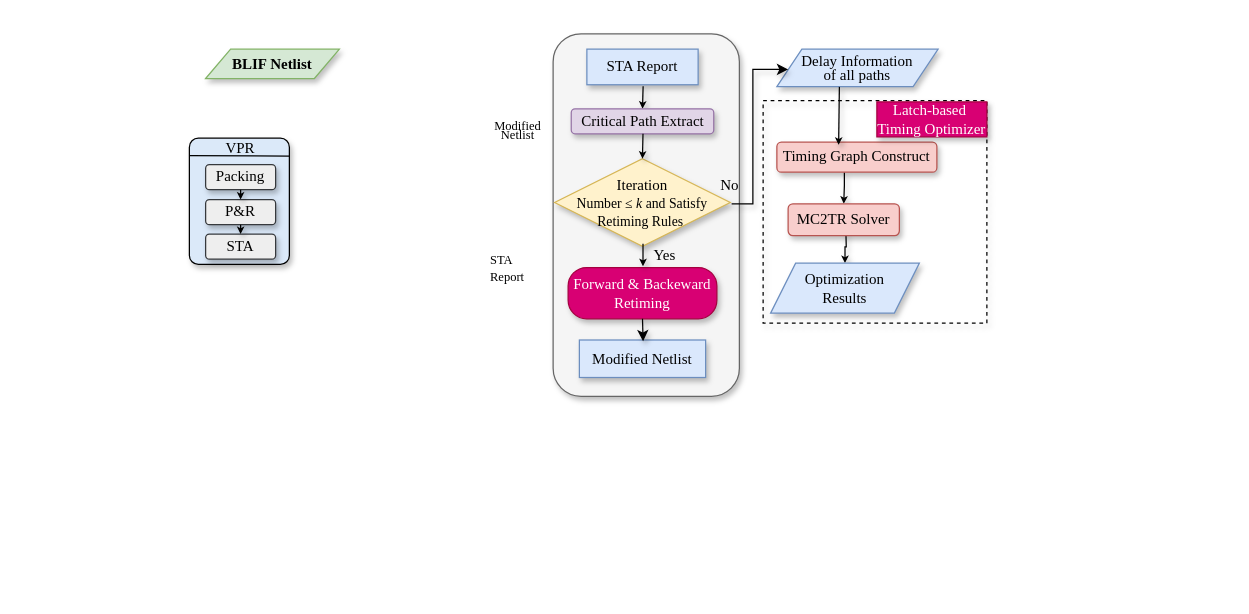
Before: TIRK.drawio in kxzhu0505/TIRL, a draw.io diagram. Source tidied: cells renumbered, new cells numbered last; positions are measured from the earlier drawing's top-left corner, leaving out a move shared by most shapes. Both pictures are drawn from the tidied source at 125%, with x=0, y=0 at pixel (189, 34).
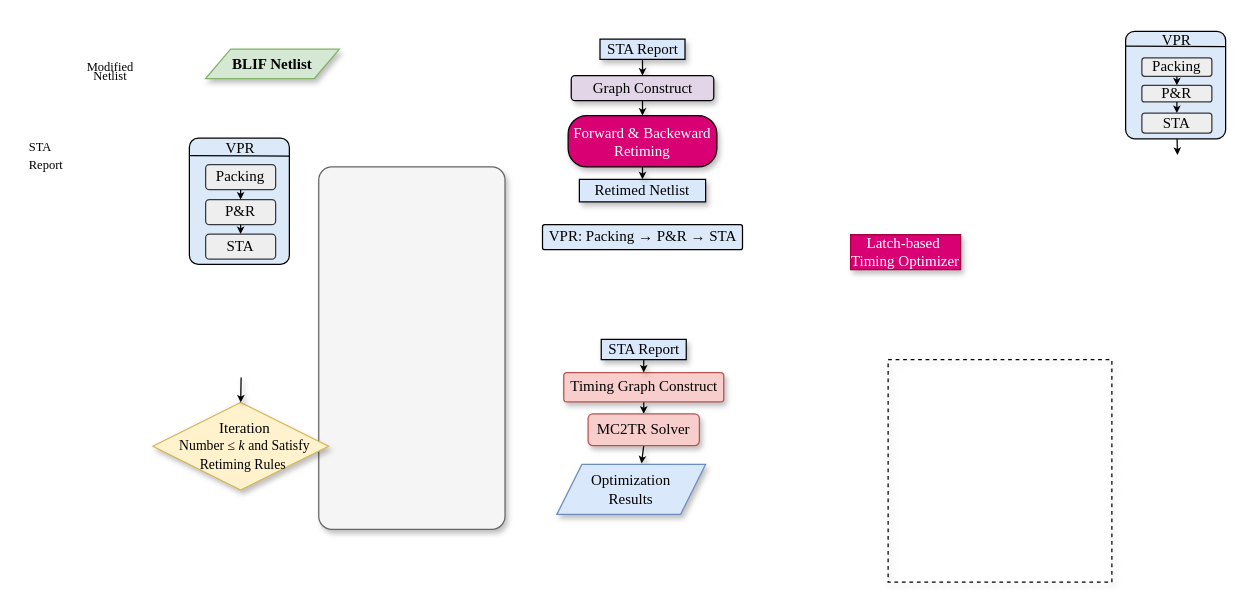
After the change.

Change to the diagram source:
```diff
@@
     <mxCell id="2" style="rounded=0;whiteSpace=wrap;html=1;fillColor=none;strokeWidth=1;fontFamily=Times New Roman;shadow=1;dashed=1;" parent="1" vertex="1">
-      <mxGeometry x="459" y="53" width="179" height="178" as="geometry" />
+      <mxGeometry x="559" y="260.2" width="179" height="178" as="geometry" />
     </mxCell>
-    <mxCell id="3" style="edgeStyle=orthogonalEdgeStyle;rounded=0;jettySize=auto;html=1;strokeWidth=1;fontFamily=Times New Roman;endSize=3;shadow=1;" parent="1" edge="1" target="9">
-      <mxGeometry relative="1" as="geometry">
-        <mxPoint x="525" y="149" as="sourcePoint" />
-      </mxGeometry>
+    <mxCell id="3" style="rounded=0;jettySize=auto;html=1;strokeWidth=1;fontFamily=Times New Roman;endSize=3;shadow=1;exitX=0.5;exitY=1;exitDx=0;exitDy=0;entryX=0.569;entryY=-0.019;entryDx=0;entryDy=0;entryPerimeter=0;" parent="1" edge="1" source="8" target="9">
+      <mxGeometry relative="1" as="geometry" />
     </mxCell>
@@
-    <mxCell id="5" value="&lt;p style=&quot;line-height: 90%;&quot;&gt;&lt;font&gt;Delay Information &lt;br&gt;of all paths&lt;/font&gt;&lt;/p&gt;" style="shape=parallelogram;perimeter=parallelogramPerimeter;whiteSpace=wrap;html=1;fixedSize=1;fillColor=#dae8fc;strokeColor=#6c8ebf;strokeWidth=1;fontFamily=Times New Roman;shadow=1;" parent="1" vertex="1">
-      <mxGeometry x="470" y="11.8" width="129" height="30" as="geometry" />
-    </mxCell>
-    <mxCell id="6" style="edgeStyle=orthogonalEdgeStyle;rounded=0;jettySize=auto;html=1;entryX=0.5;entryY=0;entryDx=0;entryDy=0;strokeWidth=1;fontFamily=Times New Roman;endSize=3;shadow=1;" parent="1" edge="1" source="7" target="8">
-      <mxGeometry relative="1" as="geometry">
-        <Array as="points">
-          <mxPoint x="524" y="121" />
-          <mxPoint x="524" y="121" />
-        </Array>
-      </mxGeometry>
+    <mxCell id="6" style="rounded=0;jettySize=auto;html=1;entryX=0.5;entryY=0;entryDx=0;entryDy=0;strokeWidth=1;fontFamily=Times New Roman;endSize=3;shadow=1;exitX=0.5;exitY=1;exitDx=0;exitDy=0;" parent="1" edge="1" source="7" target="8">
+      <mxGeometry relative="1" as="geometry" />
     </mxCell>
-    <mxCell id="7" value="&lt;span style=&quot;text-wrap-mode: nowrap;&quot;&gt;Timing Graph Construct&lt;/span&gt;" style="rounded=1;whiteSpace=wrap;html=1;fillColor=#f8cecc;strokeColor=#b85450;strokeWidth=1;fontFamily=Times New Roman;shadow=1;" parent="1" vertex="1">
-      <mxGeometry x="470" y="86.2" width="128" height="24" as="geometry" />
+    <mxCell id="7" value="&lt;span style=&quot;text-wrap-mode: nowrap;&quot;&gt;Timing Graph Construct&lt;/span&gt;" style="rounded=1;whiteSpace=wrap;html=1;fillColor=#f8cecc;strokeColor=#b85450;strokeWidth=1;fontFamily=Times New Roman;shadow=1;arcSize=11;" parent="1" vertex="1">
+      <mxGeometry x="299.5" y="270.5" width="128" height="23.5" as="geometry" />
     </mxCell>
     <mxCell id="8" value="&lt;font&gt;MC2TR Solver&lt;/font&gt;" style="rounded=1;whiteSpace=wrap;html=1;fillColor=#f8cecc;strokeColor=#b85450;strokeWidth=1;fontFamily=Times New Roman;shadow=1;" parent="1" vertex="1">
-      <mxGeometry x="479" y="135.5" width="89" height="25.5" as="geometry" />
+      <mxGeometry x="319" y="303.5" width="89" height="25.5" as="geometry" />
     </mxCell>
     <mxCell id="9" value="&lt;font&gt;Optimization &lt;br&gt;Results&lt;/font&gt;" style="shape=parallelogram;perimeter=parallelogramPerimeter;whiteSpace=wrap;html=1;fixedSize=1;fillColor=#dae8fc;strokeColor=#6c8ebf;strokeWidth=1;fontFamily=Times New Roman;shadow=1;" parent="1" vertex="1">
-      <mxGeometry x="465" y="183" width="119" height="40" as="geometry" />
+      <mxGeometry x="294" y="344" width="119" height="40" as="geometry" />
     </mxCell>
-    <mxCell id="10" style="rounded=1;whiteSpace=wrap;html=1;fillColor=#f5f5f5;strokeColor=#666666;strokeWidth=1;fontFamily=Times New Roman;fontColor=#333333;shadow=1;" parent="1" vertex="1">
-      <mxGeometry x="291" y="-0.5" width="149" height="290" as="geometry" />
+    <mxCell id="10" style="rounded=1;whiteSpace=wrap;html=1;fillColor=#f5f5f5;strokeColor=#666666;strokeWidth=1;fontFamily=Times New Roman;fontColor=#333333;shadow=1;arcSize=7;" parent="1" vertex="1">
+      <mxGeometry x="103.5" y="106" width="149" height="290" as="geometry" />
     </mxCell>
-    <mxCell id="11" value="&lt;hr&gt;" style="rounded=1;whiteSpace=wrap;html=1;strokeWidth=1;fontFamily=Times New Roman;shadow=1;fillColor=#DBE9F9;arcSize=9;" parent="1" vertex="1">
+    <mxCell id="11" value="&lt;hr&gt;" style="rounded=1;whiteSpace=wrap;html=1;strokeWidth=1;fontFamily=Times New Roman;shadow=0;fillColor=#DBE9F9;arcSize=9;" parent="1" vertex="1">
       <mxGeometry y="83" width="80" height="101" as="geometry" />
     </mxCell>
-    <mxCell id="12" value="&lt;font&gt;STA Report&lt;/font&gt;" style="rounded=0;whiteSpace=wrap;html=1;fillColor=#dae8fc;strokeColor=#6c8ebf;strokeWidth=1;fontFamily=Times New Roman;shadow=1;" parent="1" vertex="1">
-      <mxGeometry x="318" y="11.8" width="89" height="28.5" as="geometry" />
+    <mxCell id="12" value="&lt;font&gt;STA Report&lt;/font&gt;" style="rounded=0;whiteSpace=wrap;html=1;fillColor=#dae8fc;strokeColor=#000000;strokeWidth=1;fontFamily=Times New Roman;shadow=1;" parent="1" vertex="1">
+      <mxGeometry x="328.5" y="3.8" width="68" height="16.2" as="geometry" />
     </mxCell>
-    <mxCell id="13" style="rhombus;whiteSpace=wrap;html=1;fillColor=#fff2cc;strokeColor=#d6b656;strokeWidth=1;fontFamily=Times New Roman;shadow=1;" parent="1" vertex="1">
-      <mxGeometry x="292.2" y="99.5" width="140.5" height="70" as="geometry" />
-    </mxCell>
-    <mxCell id="14" style="endArrow=classic;html=1;rounded=0;exitX=0.5;exitY=1;exitDx=0;exitDy=0;strokeWidth=1;fontFamily=Times New Roman;endSize=3;entryX=0.5;entryY=0;entryDx=0;entryDy=0;shadow=1;" parent="1" edge="1" target="21">
-      <mxGeometry relative="1" as="geometry">
-        <mxPoint x="363" y="41.5" as="sourcePoint" />
-      </mxGeometry>
+    <mxCell id="14" style="endArrow=classic;html=1;rounded=0;exitX=0.5;exitY=1;exitDx=0;exitDy=0;strokeWidth=1;fontFamily=Times New Roman;endSize=3;shadow=1;entryX=0.5;entryY=0;entryDx=0;entryDy=0;" parent="1" edge="1" source="12" target="21">
+      <mxGeometry relative="1" as="geometry" />
     </mxCell>
-    <mxCell id="15" value="&lt;font&gt;Forward &amp;amp; Backeward Retiming&lt;/font&gt;" style="rounded=1;whiteSpace=wrap;html=1;fillColor=#d80073;strokeColor=#A50040;arcSize=36;strokeWidth=1;fontFamily=Times New Roman;fontColor=#ffffff;shadow=1;" parent="1" vertex="1">
-      <mxGeometry x="303" y="186.5" width="119" height="41" as="geometry" />
+    <mxCell id="15" value="&lt;font&gt;Forward &amp;amp; Backeward Retiming&lt;/font&gt;" style="rounded=1;whiteSpace=wrap;html=1;fillColor=#d80073;strokeColor=#000000;arcSize=36;strokeWidth=1;fontFamily=Times New Roman;fontColor=#ffffff;shadow=1;" parent="1" vertex="1">
+      <mxGeometry x="303" y="65" width="119" height="41" as="geometry" />
     </mxCell>
-    <mxCell id="16" value="&lt;font&gt;Modified Netlist&lt;/font&gt;" style="rounded=0;whiteSpace=wrap;html=1;fillColor=#dae8fc;strokeColor=#6c8ebf;strokeWidth=1;fontFamily=Times New Roman;shadow=1;" parent="1" vertex="1">
-      <mxGeometry x="312" y="244.5" width="101" height="30" as="geometry" />
+    <mxCell id="16" value="&lt;font&gt;Retimed Netlist&lt;/font&gt;" style="rounded=0;whiteSpace=wrap;html=1;fillColor=#dae8fc;strokeColor=light-dark(#000000, #5c79a3);strokeWidth=1;fontFamily=Times New Roman;shadow=1;" parent="1" vertex="1">
+      <mxGeometry x="312" y="116" width="101" height="18" as="geometry" />
     </mxCell>
-    <mxCell id="17" style="endArrow=classic;html=1;rounded=0;exitX=0.5;exitY=1;exitDx=0;exitDy=0;strokeWidth=1;fontFamily=Times New Roman;shadow=1;" parent="1" edge="1" source="15">
-      <mxGeometry relative="1" as="geometry">
-        <mxPoint x="363" y="245.5" as="targetPoint" />
-      </mxGeometry>
-    </mxCell>
-    <mxCell id="18" value="&lt;font&gt;Yes&lt;/font&gt;" style="text;html=1;align=center;verticalAlign=middle;strokeColor=none;fillColor=none;strokeWidth=1;fontFamily=Times New Roman;shadow=1;" parent="1" vertex="1">
-      <mxGeometry x="360" y="161.5" width="39" height="30" as="geometry" />
-    </mxCell>
-    <mxCell id="19" value="No" style="text;html=1;align=center;verticalAlign=middle;strokeColor=none;fillColor=none;strokeWidth=1;fontFamily=Times New Roman;shadow=1;" parent="1" vertex="1">
-      <mxGeometry x="412" y="105.5" width="39" height="30" as="geometry" />
-    </mxCell>
-    <mxCell id="20" value="&lt;font&gt;Iteration&lt;br style=&quot;border-color: var(--border-color); font-size: 11px;&quot;&gt;&lt;span style=&quot;font-size: 11px;&quot;&gt;Number ≤&amp;nbsp;&lt;/span&gt;&lt;i style=&quot;border-color: var(--border-color); font-size: 11px;&quot;&gt;k&amp;nbsp;&lt;/i&gt;&lt;span style=&quot;font-size: 11px;&quot;&gt;and Satisfy Retiming Rules&amp;nbsp;&lt;/span&gt;&lt;/font&gt;" style="text;html=1;strokeColor=none;fillColor=none;align=center;verticalAlign=middle;whiteSpace=wrap;rounded=0;fontFamily=Times New Roman;shadow=1;strokeWidth=1;" parent="1" vertex="1">
-      <mxGeometry x="303" y="109.5" width="119" height="50" as="geometry" />
-    </mxCell>
-    <mxCell id="21" value="Critical Path Extract" style="rounded=1;whiteSpace=wrap;html=1;fillColor=#e1d5e7;strokeColor=#9673a6;fillStyle=auto;strokeWidth=1;fontFamily=Times New Roman;shadow=1;" parent="1" vertex="1">
-      <mxGeometry x="305.5" y="59.5" width="114" height="20" as="geometry" />
+    <mxCell id="21" value="Graph Construct" style="rounded=1;whiteSpace=wrap;html=1;fillColor=#e1d5e7;strokeColor=#000000;fillStyle=auto;strokeWidth=1;fontFamily=Times New Roman;shadow=1;" parent="1" vertex="1">
+      <mxGeometry x="305.5" y="33" width="114" height="20" as="geometry" />
     </mxCell>
-    <mxCell id="22" style="endArrow=classic;html=1;rounded=0;exitX=0.5;exitY=1;exitDx=0;exitDy=0;strokeWidth=1;fontFamily=Times New Roman;endSize=3;entryX=0.5;entryY=0;entryDx=0;entryDy=0;shadow=1;" parent="1" edge="1" target="13">
-      <mxGeometry relative="1" as="geometry">
-        <mxPoint x="362.9" y="79.5" as="sourcePoint" />
-      </mxGeometry>
-    </mxCell>
-    <mxCell id="23" style="endArrow=classic;html=1;rounded=0;exitX=0.5;exitY=1;exitDx=0;exitDy=0;strokeWidth=1;fontFamily=Times New Roman;endSize=3;entryX=0.5;entryY=0;entryDx=0;entryDy=0;shadow=1;" parent="1" edge="1">
-      <mxGeometry relative="1" as="geometry">
-        <mxPoint x="362.9" y="167.5" as="sourcePoint" />
-        <mxPoint x="362.9" y="185.5" as="targetPoint" />
-      </mxGeometry>
+    <mxCell id="23" style="endArrow=classic;html=1;rounded=0;exitX=0.5;exitY=1;exitDx=0;exitDy=0;strokeWidth=1;fontFamily=Times New Roman;endSize=3;entryX=0.5;entryY=0;entryDx=0;entryDy=0;shadow=1;" parent="1" edge="1" source="21" target="15">
+      <mxGeometry relative="1" as="geometry" />
     </mxCell>
-    <mxCell id="24" value="&lt;span style=&quot;font-family: &amp;quot;Times New Roman&amp;quot;;&quot;&gt;VPR&lt;/span&gt;" style="text;html=1;align=center;verticalAlign=middle;whiteSpace=wrap;rounded=0;shadow=1;strokeWidth=1;" parent="1" vertex="1">
+    <mxCell id="24" value="&lt;span style=&quot;font-family: &amp;quot;Times New Roman&amp;quot;;&quot;&gt;VPR&lt;/span&gt;" style="text;html=1;align=center;verticalAlign=middle;whiteSpace=wrap;rounded=0;shadow=0;strokeWidth=1;" parent="1" vertex="1">
       <mxGeometry x="19" y="76" width="44" height="30" as="geometry" />
     </mxCell>
-    <mxCell id="25" value="Packing" style="rounded=1;whiteSpace=wrap;html=1;fillColor=#eeeeee;strokeWidth=1;fontFamily=Times New Roman;shadow=1;strokeColor=#36393d;" parent="1" vertex="1">
+    <mxCell id="25" value="Packing" style="rounded=1;whiteSpace=wrap;html=1;fillColor=#eeeeee;strokeWidth=1;fontFamily=Times New Roman;shadow=0;strokeColor=#36393d;" parent="1" vertex="1">
       <mxGeometry x="13" y="104.2" width="56" height="20" as="geometry" />
     </mxCell>
-    <mxCell id="26" value="P&amp;amp;R" style="rounded=1;whiteSpace=wrap;html=1;fillColor=#eeeeee;strokeWidth=1;fontFamily=Times New Roman;shadow=1;strokeColor=#36393d;" parent="1" vertex="1">
+    <mxCell id="26" value="P&amp;amp;R" style="rounded=1;whiteSpace=wrap;html=1;fillColor=#eeeeee;strokeWidth=1;fontFamily=Times New Roman;shadow=0;strokeColor=#36393d;" parent="1" vertex="1">
       <mxGeometry x="13" y="132.2" width="56" height="20" as="geometry" />
     </mxCell>
-    <mxCell id="27" value="STA" style="rounded=1;whiteSpace=wrap;html=1;fillColor=#eeeeee;strokeWidth=1;fontFamily=Times New Roman;shadow=1;strokeColor=#36393d;" parent="1" vertex="1">
+    <mxCell id="27" value="STA" style="rounded=1;whiteSpace=wrap;html=1;fillColor=#eeeeee;strokeWidth=1;fontFamily=Times New Roman;shadow=0;strokeColor=#36393d;" parent="1" vertex="1">
       <mxGeometry x="13" y="159.8" width="56" height="20" as="geometry" />
     </mxCell>
-    <mxCell id="28" style="endArrow=classic;html=1;rounded=0;strokeWidth=1;fontFamily=Times New Roman;endSize=3;entryX=0.5;entryY=0;entryDx=0;entryDy=0;shadow=1;exitX=0.5;exitY=1;exitDx=0;exitDy=0;" parent="1" edge="1" source="25" target="26">
+    <mxCell id="28" style="endArrow=classic;html=1;rounded=0;strokeWidth=1;fontFamily=Times New Roman;endSize=3;entryX=0.5;entryY=0;entryDx=0;entryDy=0;shadow=0;exitX=0.5;exitY=1;exitDx=0;exitDy=0;" parent="1" edge="1" source="25" target="26">
       <mxGeometry relative="1" as="geometry" />
     </mxCell>
-    <mxCell id="29" style="endArrow=classic;html=1;rounded=0;exitX=0.5;exitY=1;exitDx=0;exitDy=0;strokeWidth=1;fontFamily=Times New Roman;endSize=3;entryX=0.5;entryY=0;entryDx=0;entryDy=0;shadow=1;" parent="1" edge="1" source="26" target="27">
+    <mxCell id="29" style="endArrow=classic;html=1;rounded=0;exitX=0.5;exitY=1;exitDx=0;exitDy=0;strokeWidth=1;fontFamily=Times New Roman;endSize=3;entryX=0.5;entryY=0;entryDx=0;entryDy=0;shadow=0;" parent="1" edge="1" source="26" target="27">
       <mxGeometry relative="1" as="geometry" />
     </mxCell>
     <mxCell id="30" value="&lt;span style=&quot;color: rgb(0, 0, 0); font-family: &amp;quot;Times New Roman&amp;quot;; font-style: normal; font-variant-ligatures: normal; font-variant-caps: normal; font-weight: 400; letter-spacing: normal; orphans: 2; text-align: center; text-indent: 0px; text-transform: none; widows: 2; word-spacing: 0px; -webkit-text-stroke-width: 0px; white-space: normal; text-decoration-thickness: initial; text-decoration-style: initial; text-decoration-color: initial; float: none; display: inline !important;&quot;&gt;&lt;font style=&quot;font-size: 10px;&quot;&gt;STA Report&lt;/font&gt;&lt;/span&gt;" style="text;whiteSpace=wrap;html=1;shadow=1;strokeWidth=1;" parent="1" vertex="1">
-      <mxGeometry x="239" y="166" width="49" height="40" as="geometry" />
+      <mxGeometry x="-130" y="76" width="49" height="40" as="geometry" />
     </mxCell>
     <mxCell id="31" value="&lt;p style=&quot;line-height: 60%;&quot;&gt;&lt;span style=&quot;color: rgb(0, 0, 0); font-family: &amp;quot;Times New Roman&amp;quot;; font-style: normal; font-variant-ligatures: normal; font-variant-caps: normal; font-weight: 400; letter-spacing: normal; orphans: 2; text-indent: 0px; text-transform: none; widows: 2; word-spacing: 0px; -webkit-text-stroke-width: 0px; white-space: normal; text-decoration-thickness: initial; text-decoration-style: initial; text-decoration-color: initial; float: none; display: inline !important;&quot;&gt;&lt;font style=&quot;font-size: 10px;&quot;&gt;Modified Netlist&lt;/font&gt;&lt;/span&gt;&lt;/p&gt;" style="text;whiteSpace=wrap;html=1;align=center;shadow=1;strokeWidth=1;" parent="1" vertex="1">
-      <mxGeometry x="245" y="50.5" width="36" height="31.5" as="geometry" />
+      <mxGeometry x="-81" y="3.8" width="36" height="31.5" as="geometry" />
     </mxCell>
-    <mxCell id="32" style="edgeStyle=orthogonalEdgeStyle;rounded=0;orthogonalLoop=1;jettySize=auto;html=1;strokeWidth=1;exitX=1;exitY=0.5;exitDx=0;exitDy=0;fontFamily=Times New Roman;shadow=1;" parent="1" edge="1">
-      <mxGeometry relative="1" as="geometry">
-        <mxPoint x="433.8" y="135.5" as="sourcePoint" />
-        <mxPoint x="479" y="28" as="targetPoint" />
-        <Array as="points">
-          <mxPoint x="450.8" y="135.5" />
-          <mxPoint x="450.8" y="27.5" />
-        </Array>
-      </mxGeometry>
-    </mxCell>
     <mxCell id="33" value="&lt;font&gt;Latch-based&amp;nbsp;&lt;/font&gt;&lt;div&gt;&lt;font&gt;Timing&amp;nbsp;&lt;/font&gt;&lt;span style=&quot;background-color: initial;&quot;&gt;Optimizer&lt;/span&gt;&lt;/div&gt;" style="rounded=0;whiteSpace=wrap;html=1;fillColor=#d80073;strokeColor=#A50040;arcSize=36;strokeWidth=1;fontFamily=Times New Roman;fontColor=#ffffff;shadow=1;" parent="1" vertex="1">
-      <mxGeometry x="550" y="54" width="88" height="28" as="geometry" />
+      <mxGeometry x="529" y="160.2" width="88" height="28" as="geometry" />
     </mxCell>
-    <mxCell id="34" style="rounded=0;jettySize=auto;html=1;entryX=0.386;entryY=0.091;entryDx=0;entryDy=0;entryPerimeter=0;strokeWidth=1;startSize=3;endSize=3;shadow=1;" parent="1" edge="1" target="7">
-      <mxGeometry relative="1" as="geometry">
-        <mxPoint x="520" y="42" as="sourcePoint" />
-      </mxGeometry>
+    <mxCell id="34" style="rounded=0;jettySize=auto;html=1;entryX=0.5;entryY=0;entryDx=0;entryDy=0;strokeWidth=1;startSize=3;endSize=3;shadow=1;exitX=0.5;exitY=1;exitDx=0;exitDy=0;" parent="1" edge="1" source="39" target="7">
+      <mxGeometry relative="1" as="geometry" />
     </mxCell>
-    <mxCell id="35" style="endArrow=none;html=1;rounded=0;exitX=0.002;exitY=0.139;exitDx=0;exitDy=0;exitPerimeter=0;entryX=0.999;entryY=0.142;entryDx=0;entryDy=0;entryPerimeter=0;" parent="1" edge="1" source="11" target="11">
+    <mxCell id="35" style="endArrow=none;html=1;rounded=0;exitX=0.002;exitY=0.139;exitDx=0;exitDy=0;exitPerimeter=0;entryX=0.999;entryY=0.142;entryDx=0;entryDy=0;entryPerimeter=0;shadow=0;" parent="1" edge="1" source="11" target="11">
       <mxGeometry relative="1" as="geometry" />
     </mxCell>
+    <mxCell id="36" style="rhombus;whiteSpace=wrap;html=1;fillColor=#fff2cc;strokeColor=#d6b656;strokeWidth=1;fontFamily=Times New Roman;shadow=1;" parent="1" vertex="1">
+      <mxGeometry x="-29.2" y="294.5" width="140.5" height="70" as="geometry" />
+    </mxCell>
+    <mxCell id="20" value="&lt;font&gt;Iteration&lt;br style=&quot;border-color: var(--border-color); font-size: 11px;&quot;&gt;&lt;span style=&quot;font-size: 11px;&quot;&gt;Number ≤&amp;nbsp;&lt;/span&gt;&lt;i style=&quot;border-color: var(--border-color); font-size: 11px;&quot;&gt;k&amp;nbsp;&lt;/i&gt;&lt;span style=&quot;font-size: 11px;&quot;&gt;and Satisfy Retiming Rules&amp;nbsp;&lt;/span&gt;&lt;/font&gt;" style="text;html=1;strokeColor=none;fillColor=none;align=center;verticalAlign=middle;whiteSpace=wrap;rounded=0;fontFamily=Times New Roman;shadow=1;strokeWidth=1;" parent="1" vertex="1">
+      <mxGeometry x="-15.5" y="303.5" width="119" height="50" as="geometry" />
+    </mxCell>
+    <mxCell id="37" style="endArrow=classic;html=1;rounded=0;exitX=0.5;exitY=1;exitDx=0;exitDy=0;strokeWidth=1;fontFamily=Times New Roman;endSize=3;entryX=0.5;entryY=0;entryDx=0;entryDy=0;shadow=1;" parent="1" edge="1" target="36">
+      <mxGeometry relative="1" as="geometry">
+        <mxPoint x="41.4" y="274.5" as="sourcePoint" />
+      </mxGeometry>
+    </mxCell>
+    <mxCell id="38" style="endArrow=classic;html=1;rounded=0;exitX=0.5;exitY=1;exitDx=0;exitDy=0;strokeWidth=1;fontFamily=Times New Roman;endSize=3;entryX=0.5;entryY=0;entryDx=0;entryDy=0;shadow=1;" parent="1" edge="1" source="15" target="16">
+      <mxGeometry relative="1" as="geometry" />
+    </mxCell>
+    <mxCell id="39" value="&lt;font&gt;STA Report&lt;/font&gt;" style="rounded=0;whiteSpace=wrap;html=1;fillColor=#dae8fc;strokeColor=#000000;strokeWidth=1;fontFamily=Times New Roman;shadow=1;" parent="1" vertex="1">
+      <mxGeometry x="329.5" y="244" width="68" height="16.2" as="geometry" />
+    </mxCell>
+    <mxCell id="40" style="rounded=0;jettySize=auto;html=1;entryX=0.5;entryY=0;entryDx=0;entryDy=0;endArrow=classic;endFill=1;endSize=3;" parent="1" edge="1" source="41">
+      <mxGeometry relative="1" as="geometry">
+        <mxPoint x="790.5" y="96.5" as="targetPoint" />
+      </mxGeometry>
+    </mxCell>
+    <mxCell id="41" value="&lt;hr&gt;" style="rounded=1;whiteSpace=wrap;html=1;strokeWidth=1;fontFamily=Times New Roman;shadow=0;fillColor=#DBE9F9;arcSize=9;" parent="1" vertex="1">
+      <mxGeometry x="749" y="-2.5" width="80" height="86" as="geometry" />
+    </mxCell>
+    <mxCell id="42" value="&lt;span style=&quot;font-family: &amp;quot;Times New Roman&amp;quot;;&quot;&gt;VPR&lt;/span&gt;" style="text;html=1;align=center;verticalAlign=middle;whiteSpace=wrap;rounded=0;shadow=0;strokeWidth=1;" parent="1" vertex="1">
+      <mxGeometry x="768" y="-10.5" width="44" height="30" as="geometry" />
+    </mxCell>
+    <mxCell id="43" value="Packing" style="rounded=1;whiteSpace=wrap;html=1;fillColor=#eeeeee;strokeWidth=1;fontFamily=Times New Roman;shadow=0;strokeColor=#36393d;" parent="1" vertex="1">
+      <mxGeometry x="762" y="18.8" width="56" height="14.8" as="geometry" />
+    </mxCell>
+    <mxCell id="44" value="P&amp;amp;R" style="rounded=1;whiteSpace=wrap;html=1;fillColor=#eeeeee;strokeWidth=1;fontFamily=Times New Roman;shadow=0;strokeColor=#36393d;" parent="1" vertex="1">
+      <mxGeometry x="762" y="40.8" width="56" height="13.2" as="geometry" />
+    </mxCell>
+    <mxCell id="45" value="STA" style="rounded=1;whiteSpace=wrap;html=1;fillColor=#eeeeee;strokeWidth=1;fontFamily=Times New Roman;shadow=0;strokeColor=#36393d;" parent="1" vertex="1">
+      <mxGeometry x="762" y="63" width="56" height="15.9" as="geometry" />
+    </mxCell>
+    <mxCell id="46" style="endArrow=classic;html=1;rounded=0;strokeWidth=1;fontFamily=Times New Roman;endSize=3;entryX=0.5;entryY=0;entryDx=0;entryDy=0;shadow=0;exitX=0.5;exitY=1;exitDx=0;exitDy=0;" parent="1" edge="1" source="43" target="44">
+      <mxGeometry relative="1" as="geometry" />
+    </mxCell>
+    <mxCell id="47" style="endArrow=classic;html=1;rounded=0;exitX=0.5;exitY=1;exitDx=0;exitDy=0;strokeWidth=1;fontFamily=Times New Roman;endSize=3;entryX=0.5;entryY=0;entryDx=0;entryDy=0;shadow=0;" parent="1" edge="1" source="44" target="45">
+      <mxGeometry relative="1" as="geometry" />
+    </mxCell>
+    <mxCell id="48" style="endArrow=none;html=1;rounded=0;exitX=0.002;exitY=0.139;exitDx=0;exitDy=0;exitPerimeter=0;entryX=0.999;entryY=0.142;entryDx=0;entryDy=0;entryPerimeter=0;shadow=0;" parent="1" edge="1" source="41" target="41">
+      <mxGeometry relative="1" as="geometry" />
+    </mxCell>
+    <mxCell id="49" value="VPR: Packing → P&amp;amp;R → STA" style="rounded=1;whiteSpace=wrap;html=1;strokeWidth=1;fontFamily=Times New Roman;shadow=0;fillColor=#DBE9F9;arcSize=9;" parent="1" vertex="1">
+      <mxGeometry x="282.5" y="152.2" width="160" height="20" as="geometry" />
+    </mxCell>
```
